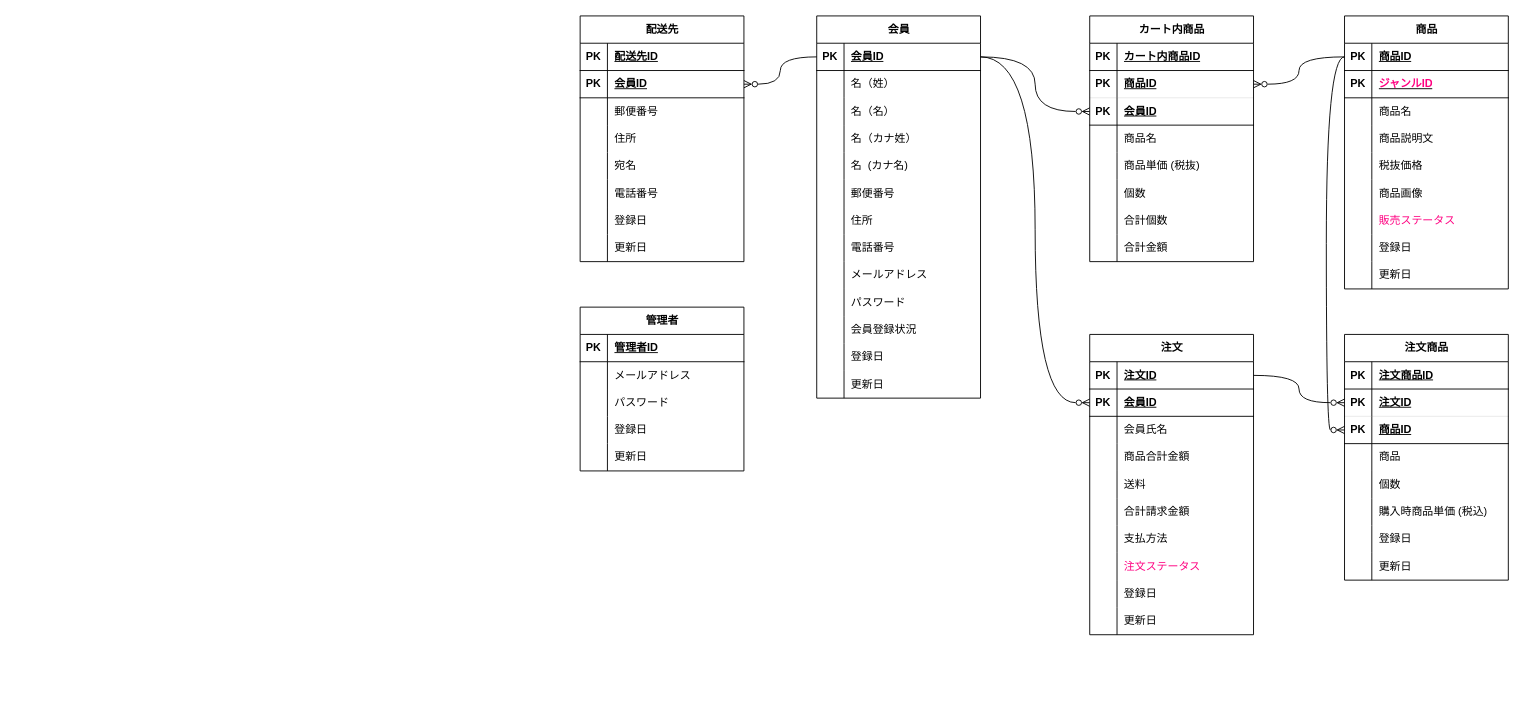
Satoko0129/exercises keeps this draw.io diagram as ER図.drawio. Above is the earlier version. Source tidied: cells renumbered, new cells numbered last; positions are measured from the earlier drawing's top-left corner, leaving out a move shared by most shapes. Both pictures are drawn from the tidied source at 91%, with x=0, y=0 at pixel (580, 15).
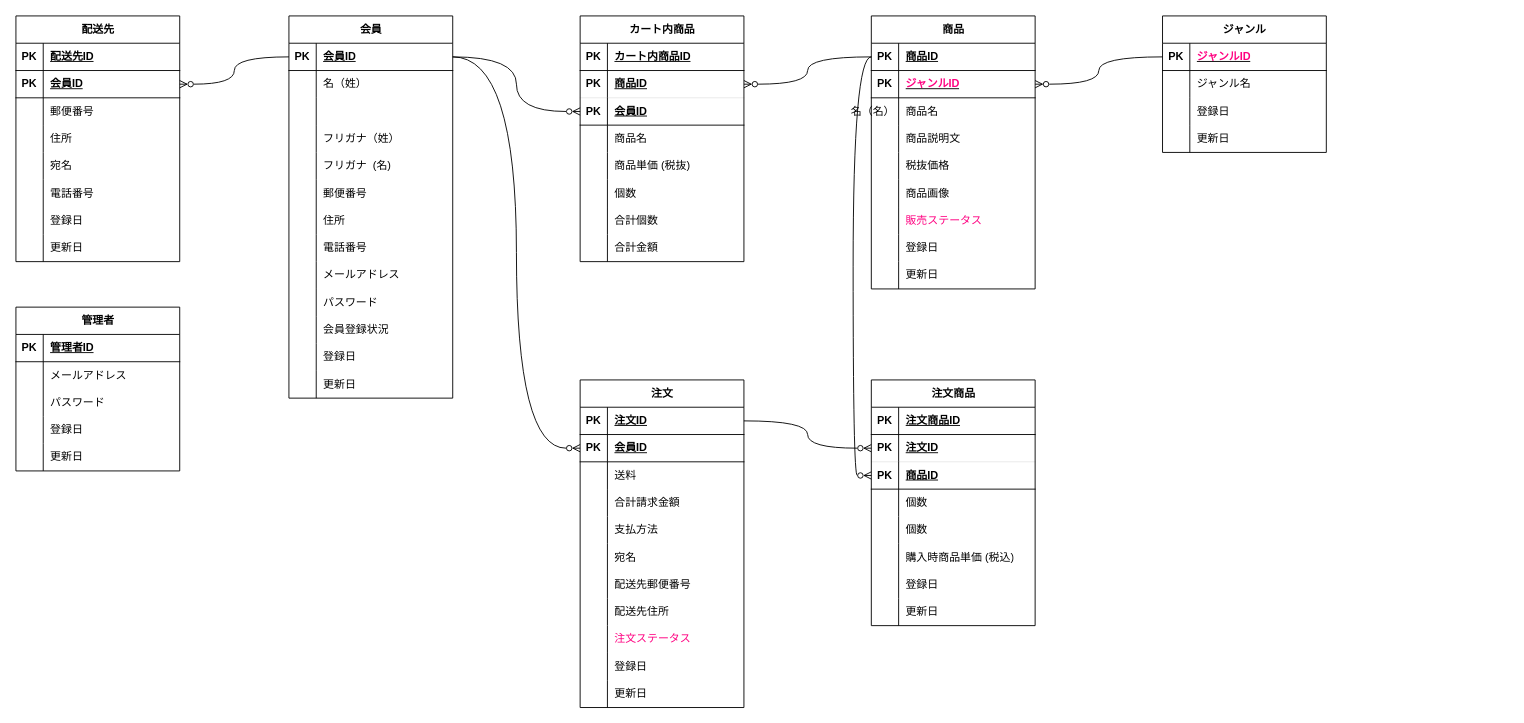
After the change.

Commit message (it also covers changes not shown here):
ER図.drawio を更新します

Unchanged cells that the change refers to:
```xml
<mxCell id="12" style="shape=tableRow;horizontal=0;startSize=0;swimlaneHead=0;swimlaneBody=0;fillColor=none;top=0;left=0;right=0;bottom=0;" parent="2" vertex="1">
  <mxGeometry y="120" width="180" height="30" as="geometry" />
</mxCell>
<mxCell id="15" style="shape=tableRow;horizontal=0;startSize=0;swimlaneHead=0;swimlaneBody=0;fillColor=none;top=0;left=0;right=0;bottom=0;" parent="2" vertex="1">
  <mxGeometry y="150" width="180" height="30" as="geometry" />
</mxCell>
<mxCell id="99" style="shape=tableRow;horizontal=0;startSize=0;swimlaneHead=0;swimlaneBody=0;fillColor=none;top=0;left=0;right=0;bottom=0;" parent="92" vertex="1">
  <mxGeometry y="90" width="180" height="30" as="geometry" />
</mxCell>
<mxCell id="102" style="shape=tableRow;horizontal=0;startSize=0;swimlaneHead=0;swimlaneBody=0;fillColor=none;top=0;left=0;right=0;bottom=0;" parent="92" vertex="1">
  <mxGeometry y="120" width="180" height="30" as="geometry" />
</mxCell>
<mxCell id="105" style="shape=tableRow;horizontal=0;startSize=0;swimlaneHead=0;swimlaneBody=0;fillColor=none;top=0;left=0;right=0;bottom=0;" parent="92" vertex="1">
  <mxGeometry y="150" width="180" height="30" as="geometry" />
</mxCell>
<mxCell id="108" style="shape=tableRow;horizontal=0;startSize=0;swimlaneHead=0;swimlaneBody=0;fillColor=none;top=0;left=0;right=0;bottom=0;" parent="92" vertex="1">
  <mxGeometry y="180" width="180" height="30" as="geometry" />
</mxCell>
<mxCell id="111" style="shape=tableRow;horizontal=0;startSize=0;swimlaneHead=0;swimlaneBody=0;fillColor=none;top=0;left=0;right=0;bottom=0;" parent="92" vertex="1">
  <mxGeometry y="210" width="180" height="30" as="geometry" />
</mxCell>
<mxCell id="145" style="shape=tableRow;horizontal=0;startSize=0;swimlaneHead=0;swimlaneBody=0;fillColor=none;points=[[0,0.5],[1,0.5]];portConstraint=eastwest;top=0;left=0;right=0;bottom=1;" parent="141" vertex="1">
  <mxGeometry y="60" width="180" height="30" as="geometry" />
</mxCell>
<mxCell id="182" style="shape=tableRow;horizontal=0;startSize=0;swimlaneHead=0;swimlaneBody=0;fillColor=none;top=0;left=0;right=0;bottom=0;" parent="172" vertex="1">
  <mxGeometry y="120" width="180" height="30" as="geometry" />
</mxCell>
```

Diff of the diagram source:
```diff
@@
     <mxCell id="2" value="会員" style="shape=table;startSize=30;childLayout=tableLayout;rowLines=0;fontStyle=1;align=center;html=1;" parent="1" vertex="1">
-      <mxGeometry x="260" width="180" height="420" as="geometry" />
+      <mxGeometry x="-320" width="180" height="420" as="geometry" />
     </mxCell>
@@
-    <mxCell id="14" value="名（カナ姓）" style="shape=partialRectangle;fillColor=none;top=0;left=0;bottom=0;right=0;align=left;spacingLeft=6;overflow=hidden;whiteSpace=wrap;html=1;" parent="12" vertex="1">
+    <mxCell id="14" value="フリガナ（姓）" style="shape=partialRectangle;fillColor=none;top=0;left=0;bottom=0;right=0;align=left;spacingLeft=6;overflow=hidden;whiteSpace=wrap;html=1;" parent="12" vertex="1">
       <mxGeometry x="30" width="150" height="30" as="geometry" />
     </mxCell>
@@
-    <mxCell id="17" value="名&amp;nbsp; (カナ名)" style="shape=partialRectangle;fillColor=none;top=0;left=0;bottom=0;right=0;align=left;spacingLeft=6;overflow=hidden;whiteSpace=wrap;html=1;" parent="15" vertex="1">
+    <mxCell id="17" value="フリガナ&amp;nbsp; (名)" style="shape=partialRectangle;fillColor=none;top=0;left=0;bottom=0;right=0;align=left;spacingLeft=6;overflow=hidden;whiteSpace=wrap;html=1;" parent="15" vertex="1">
       <mxGeometry x="30" width="150" height="30" as="geometry" />
     </mxCell>
@@
     <mxCell id="42" value="配送先" style="shape=table;startSize=30;childLayout=tableLayout;rowLines=0;fontStyle=1;align=center;html=1;" parent="1" vertex="1">
-      <mxGeometry width="180" height="270" as="geometry" />
+      <mxGeometry x="-620" width="180" height="270" as="geometry" />
     </mxCell>
@@
     <mxCell id="67" value="カート内商品" style="shape=table;startSize=30;childLayout=tableLayout;rowLines=0;fontStyle=1;align=center;html=1;" parent="1" vertex="1">
-      <mxGeometry x="560" width="180" height="270" as="geometry" />
+      <mxGeometry width="180" height="270" as="geometry" />
     </mxCell>
@@
     <mxCell id="92" value="注文" style="shape=table;startSize=30;childLayout=tableLayout;rowLines=0;fontStyle=1;align=center;html=1;" parent="1" vertex="1">
-      <mxGeometry x="560" y="350" width="180" height="330" as="geometry" />
+      <mxGeometry y="400" width="180" height="360" as="geometry" />
     </mxCell>
@@
-    <mxCell id="101" value="会員氏名" style="shape=partialRectangle;fillColor=none;top=0;left=0;bottom=0;right=0;align=left;spacingLeft=6;overflow=hidden;whiteSpace=wrap;html=1;" parent="99" vertex="1">
+    <mxCell id="101" value="送料" style="shape=partialRectangle;fillColor=none;top=0;left=0;bottom=0;right=0;align=left;spacingLeft=6;overflow=hidden;whiteSpace=wrap;html=1;" parent="99" vertex="1">
       <mxGeometry x="30" width="150" height="30" as="geometry" />
     </mxCell>
@@
-    <mxCell id="104" value="商品合計金額" style="shape=partialRectangle;fillColor=none;top=0;left=0;bottom=0;right=0;align=left;spacingLeft=6;overflow=hidden;whiteSpace=wrap;html=1;" parent="102" vertex="1">
+    <mxCell id="104" value="合計請求金額" style="shape=partialRectangle;fillColor=none;top=0;left=0;bottom=0;right=0;align=left;spacingLeft=6;overflow=hidden;whiteSpace=wrap;html=1;" parent="102" vertex="1">
       <mxGeometry x="30" width="150" height="30" as="geometry" />
     </mxCell>
@@
-    <mxCell id="107" value="送料" style="shape=partialRectangle;fillColor=none;top=0;left=0;bottom=0;right=0;align=left;spacingLeft=6;overflow=hidden;whiteSpace=wrap;html=1;" parent="105" vertex="1">
+    <mxCell id="107" value="支払方法" style="shape=partialRectangle;fillColor=none;top=0;left=0;bottom=0;right=0;align=left;spacingLeft=6;overflow=hidden;whiteSpace=wrap;html=1;" parent="105" vertex="1">
       <mxGeometry x="30" width="150" height="30" as="geometry" />
     </mxCell>
@@
-    <mxCell id="110" value="合計請求金額" style="shape=partialRectangle;fillColor=none;top=0;left=0;bottom=0;right=0;align=left;spacingLeft=6;overflow=hidden;whiteSpace=wrap;html=1;" parent="108" vertex="1">
+    <mxCell id="110" value="宛名" style="shape=partialRectangle;fillColor=none;top=0;left=0;bottom=0;right=0;align=left;spacingLeft=6;overflow=hidden;whiteSpace=wrap;html=1;" parent="108" vertex="1">
       <mxGeometry x="30" width="150" height="30" as="geometry" />
     </mxCell>
@@
-    <mxCell id="113" value="支払方法" style="shape=partialRectangle;fillColor=none;top=0;left=0;bottom=0;right=0;align=left;spacingLeft=6;overflow=hidden;whiteSpace=wrap;html=1;" parent="111" vertex="1">
+    <mxCell id="113" value="配送先郵便番号" style="shape=partialRectangle;fillColor=none;top=0;left=0;bottom=0;right=0;align=left;spacingLeft=6;overflow=hidden;whiteSpace=wrap;html=1;" parent="111" vertex="1">
       <mxGeometry x="30" width="150" height="30" as="geometry" />
     </mxCell>
+    <mxCell id="199" style="shape=tableRow;horizontal=0;startSize=0;swimlaneHead=0;swimlaneBody=0;fillColor=none;top=0;left=0;right=0;bottom=0;" parent="92" vertex="1">
+      <mxGeometry y="240" width="180" height="30" as="geometry" />
+    </mxCell>
+    <mxCell id="200" style="shape=partialRectangle;fillColor=none;top=0;left=0;bottom=0;right=0;overflow=hidden;whiteSpace=wrap;html=1;" parent="199" vertex="1">
+      <mxGeometry width="30" height="30" as="geometry" />
+    </mxCell>
+    <mxCell id="201" value="配送先住所" style="shape=partialRectangle;fillColor=none;top=0;left=0;bottom=0;right=0;align=left;spacingLeft=6;overflow=hidden;whiteSpace=wrap;html=1;" parent="199" vertex="1">
+      <mxGeometry x="30" width="150" height="30" as="geometry" />
+    </mxCell>
     <mxCell id="114" style="shape=tableRow;horizontal=0;startSize=0;swimlaneHead=0;swimlaneBody=0;fillColor=none;top=0;left=0;right=0;bottom=0;" parent="92" vertex="1">
-      <mxGeometry y="240" width="180" height="30" as="geometry" />
+      <mxGeometry y="270" width="180" height="30" as="geometry" />
     </mxCell>
@@
     <mxCell id="117" style="shape=tableRow;horizontal=0;startSize=0;swimlaneHead=0;swimlaneBody=0;fillColor=none;top=0;left=0;right=0;bottom=0;" parent="92" vertex="1">
-      <mxGeometry y="270" width="180" height="30" as="geometry" />
+      <mxGeometry y="300" width="180" height="30" as="geometry" />
     </mxCell>
@@
     <mxCell id="120" style="shape=tableRow;horizontal=0;startSize=0;swimlaneHead=0;swimlaneBody=0;fillColor=none;top=0;left=0;right=0;bottom=0;" parent="92" vertex="1">
-      <mxGeometry y="300" width="180" height="30" as="geometry" />
+      <mxGeometry y="330" width="180" height="30" as="geometry" />
     </mxCell>
@@
     <mxCell id="124" value="管理者" style="shape=table;startSize=30;childLayout=tableLayout;rowLines=0;fontStyle=1;align=center;html=1;" parent="1" vertex="1">
-      <mxGeometry y="320" width="180" height="180" as="geometry" />
+      <mxGeometry x="-620" y="320" width="180" height="180" as="geometry" />
     </mxCell>
@@
     <mxCell id="141" value="商品" style="shape=table;startSize=30;childLayout=tableLayout;rowLines=0;fontStyle=1;align=center;html=1;" parent="1" vertex="1">
-      <mxGeometry x="840" width="180" height="300" as="geometry" />
+      <mxGeometry x="320" width="180" height="300" as="geometry" />
     </mxCell>
@@
     <mxCell id="172" value="注文商品" style="shape=table;startSize=30;childLayout=tableLayout;rowLines=0;fontStyle=1;align=center;html=1;" parent="1" vertex="1">
-      <mxGeometry x="840" y="350" width="180" height="270" as="geometry" />
+      <mxGeometry x="320" y="400" width="180" height="270" as="geometry" />
     </mxCell>
@@
-    <mxCell id="184" value="商品" style="shape=partialRectangle;fillColor=none;top=0;left=0;bottom=0;right=0;align=left;spacingLeft=6;overflow=hidden;whiteSpace=wrap;html=1;" parent="182" vertex="1">
+    <mxCell id="184" value="個数" style="shape=partialRectangle;fillColor=none;top=0;left=0;bottom=0;right=0;align=left;spacingLeft=6;overflow=hidden;whiteSpace=wrap;html=1;" parent="182" vertex="1">
       <mxGeometry x="30" width="150" height="30" as="geometry" />
     </mxCell>
@@
+    <mxCell id="202" value="ジャンル" style="shape=table;startSize=30;childLayout=tableLayout;rowLines=0;fontStyle=1;align=center;html=1;" parent="1" vertex="1">
+      <mxGeometry x="640" width="180" height="150" as="geometry" />
+    </mxCell>
+    <mxCell id="203" style="shape=tableRow;horizontal=0;startSize=0;swimlaneHead=0;swimlaneBody=0;fillColor=none;points=[[0,0.5],[1,0.5]];portConstraint=eastwest;top=0;left=0;right=0;bottom=1;" parent="202" vertex="1">
+      <mxGeometry y="30" width="180" height="30" as="geometry" />
+    </mxCell>
+    <mxCell id="204" value="PK" style="shape=partialRectangle;fillColor=none;top=0;left=0;bottom=0;right=0;fontStyle=1;overflow=hidden;whiteSpace=wrap;html=1;" parent="203" vertex="1">
+      <mxGeometry width="30" height="30" as="geometry" />
+    </mxCell>
+    <mxCell id="205" value="&lt;font color=&quot;#ff0080&quot;&gt;ジャンルID&lt;/font&gt;" style="shape=partialRectangle;fillColor=none;top=0;left=0;bottom=0;right=0;align=left;spacingLeft=6;fontStyle=5;overflow=hidden;whiteSpace=wrap;html=1;" parent="203" vertex="1">
+      <mxGeometry x="30" width="150" height="30" as="geometry" />
+    </mxCell>
+    <mxCell id="206" style="shape=tableRow;horizontal=0;startSize=0;swimlaneHead=0;swimlaneBody=0;fillColor=none;top=0;left=0;right=0;bottom=0;" parent="202" vertex="1">
+      <mxGeometry y="60" width="180" height="30" as="geometry" />
+    </mxCell>
+    <mxCell id="207" style="shape=partialRectangle;fillColor=none;top=0;left=0;bottom=0;right=0;overflow=hidden;whiteSpace=wrap;html=1;" parent="206" vertex="1">
+      <mxGeometry width="30" height="30" as="geometry" />
+    </mxCell>
+    <mxCell id="208" value="ジャンル名" style="shape=partialRectangle;fillColor=none;top=0;left=0;bottom=0;right=0;align=left;spacingLeft=6;overflow=hidden;whiteSpace=wrap;html=1;" parent="206" vertex="1">
+      <mxGeometry x="30" width="150" height="30" as="geometry" />
+    </mxCell>
+    <mxCell id="209" style="shape=tableRow;horizontal=0;startSize=0;swimlaneHead=0;swimlaneBody=0;fillColor=none;top=0;left=0;right=0;bottom=0;" parent="202" vertex="1">
+      <mxGeometry y="90" width="180" height="30" as="geometry" />
+    </mxCell>
+    <mxCell id="210" style="shape=partialRectangle;fillColor=none;top=0;left=0;bottom=0;right=0;overflow=hidden;whiteSpace=wrap;html=1;" parent="209" vertex="1">
+      <mxGeometry width="30" height="30" as="geometry" />
+    </mxCell>
+    <mxCell id="211" value="登録日" style="shape=partialRectangle;fillColor=none;top=0;left=0;bottom=0;right=0;align=left;spacingLeft=6;overflow=hidden;whiteSpace=wrap;html=1;" parent="209" vertex="1">
+      <mxGeometry x="30" width="150" height="30" as="geometry" />
+    </mxCell>
+    <mxCell id="212" style="shape=tableRow;horizontal=0;startSize=0;swimlaneHead=0;swimlaneBody=0;fillColor=none;top=0;left=0;right=0;bottom=0;" parent="202" vertex="1">
+      <mxGeometry y="120" width="180" height="30" as="geometry" />
+    </mxCell>
+    <mxCell id="213" style="shape=partialRectangle;fillColor=none;top=0;left=0;bottom=0;right=0;overflow=hidden;whiteSpace=wrap;html=1;" parent="212" vertex="1">
+      <mxGeometry width="30" height="30" as="geometry" />
+    </mxCell>
+    <mxCell id="214" value="更新日" style="shape=partialRectangle;fillColor=none;top=0;left=0;bottom=0;right=0;align=left;spacingLeft=6;overflow=hidden;whiteSpace=wrap;html=1;" parent="212" vertex="1">
+      <mxGeometry x="30" width="150" height="30" as="geometry" />
+    </mxCell>
+    <mxCell id="215" style="edgeStyle=orthogonalEdgeStyle;jettySize=auto;html=1;exitX=0;exitY=0.5;exitDx=0;exitDy=0;entryX=1;entryY=0.5;entryDx=0;entryDy=0;curved=1;endArrow=ERzeroToMany;endFill=0;" parent="1" edge="1" source="203" target="145">
+      <mxGeometry relative="1" as="geometry" />
+    </mxCell>
```
